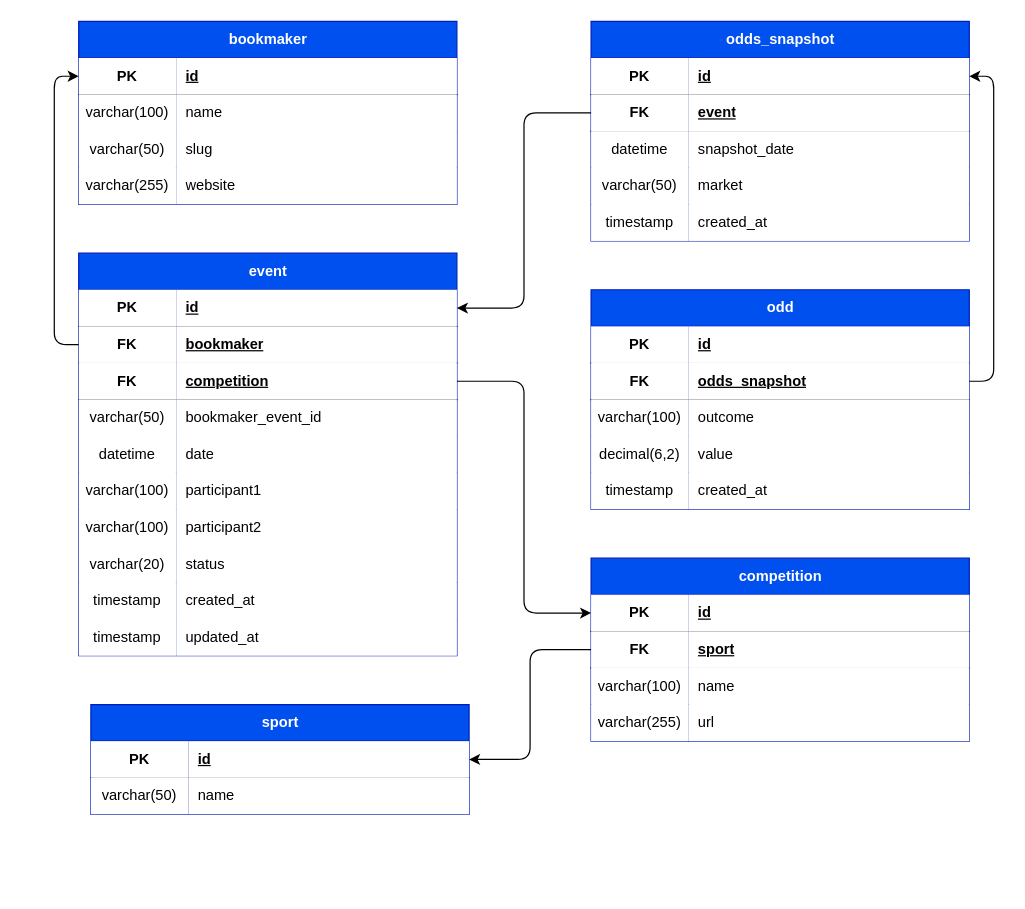
davidb99/scrapodd keeps this draw.io diagram as docs/MCD/src/scrapodd.drawio. Above is the earlier version. Source tidied: cells renumbered, new cells numbered last; positions are measured from the earlier drawing's top-left corner, leaving out a move shared by most shapes. Both pictures are drawn from the tidied source at 122%, with x=0, y=0 at pixel (78, 21).
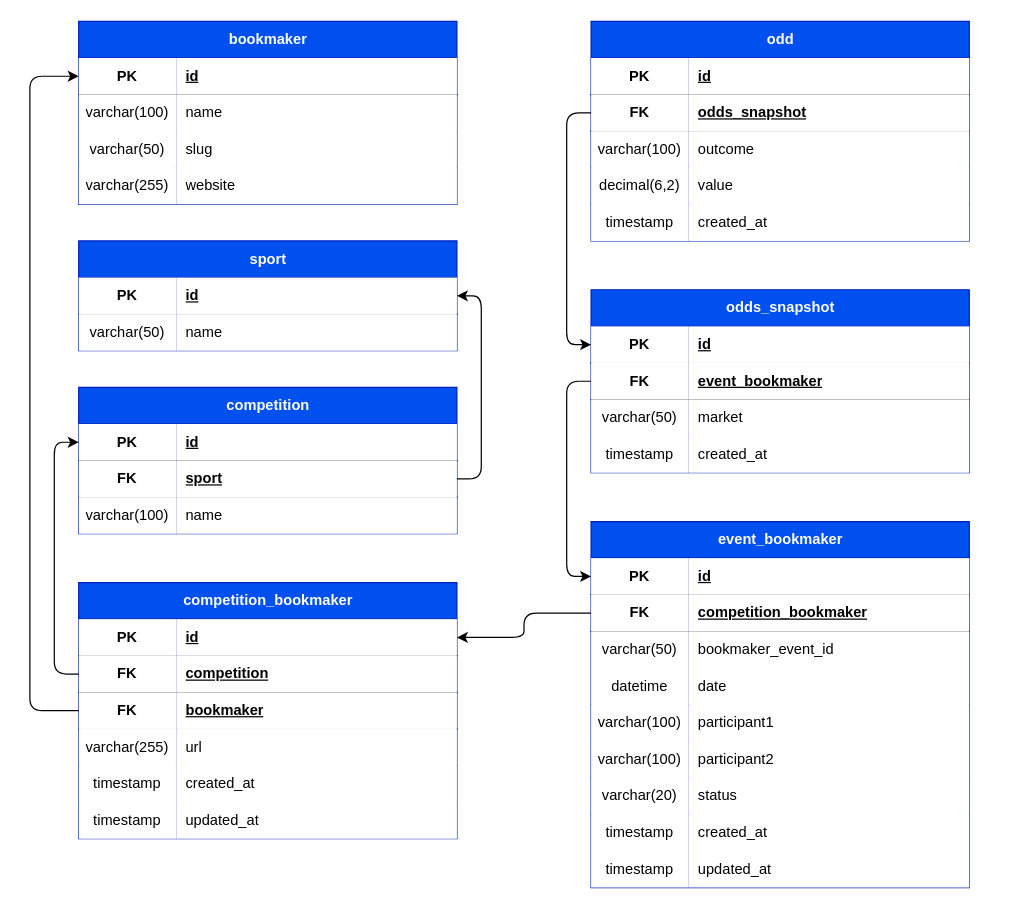
After the change.

The change refers to these unchanged cells:
```xml
<mxCell id="3" style="shape=tableRow;horizontal=0;startSize=0;swimlaneHead=0;swimlaneBody=0;fillColor=none;points=[[0,0.5],[1,0.5]];portConstraint=eastwest;top=0;left=0;right=0;bottom=1;rounded=0;" parent="2" vertex="1">
  <mxGeometry y="30" width="310" height="30" as="geometry" />
</mxCell>
<mxCell id="16" style="shape=tableRow;horizontal=0;startSize=0;swimlaneHead=0;swimlaneBody=0;fillColor=none;points=[[0,0.5],[1,0.5]];portConstraint=eastwest;top=0;left=0;right=0;bottom=1;rounded=0;" parent="15" vertex="1">
  <mxGeometry y="30" width="310" height="30" as="geometry" />
</mxCell>
<mxCell id="19" style="shape=tableRow;horizontal=0;startSize=0;swimlaneHead=0;swimlaneBody=0;fillColor=none;points=[[0,0.5],[1,0.5]];portConstraint=eastwest;top=0;left=0;right=0;bottom=1;rounded=0;" parent="15" vertex="1">
  <mxGeometry y="60" width="310" height="30" as="geometry" />
</mxCell>
<mxCell id="47" style="shape=tableRow;horizontal=0;startSize=0;swimlaneHead=0;swimlaneBody=0;fillColor=none;points=[[0,0.5],[1,0.5]];portConstraint=eastwest;top=0;left=0;right=0;bottom=1;rounded=0;" parent="46" vertex="1">
  <mxGeometry y="30" width="310" height="30" as="geometry" />
</mxCell>
<mxCell id="50" style="shape=tableRow;horizontal=0;startSize=0;swimlaneHead=0;swimlaneBody=0;fillColor=none;points=[[0,0.5],[1,0.5]];portConstraint=eastwest;top=0;left=0;right=0;bottom=1;rounded=0;" parent="46" vertex="1">
  <mxGeometry y="60" width="310" height="30" as="geometry" />
</mxCell>
<mxCell id="66" style="shape=tableRow;horizontal=0;startSize=0;swimlaneHead=0;swimlaneBody=0;fillColor=none;points=[[0,0.5],[1,0.5]];portConstraint=eastwest;top=0;left=0;right=0;bottom=1;rounded=0;" parent="62" vertex="1">
  <mxGeometry y="60" width="310" height="30" as="geometry" />
</mxCell>
<mxCell id="82" style="shape=tableRow;horizontal=0;startSize=0;swimlaneHead=0;swimlaneBody=0;fillColor=none;points=[[0,0.5],[1,0.5]];portConstraint=eastwest;top=0;left=0;right=0;bottom=1;rounded=0;" parent="81" vertex="1">
  <mxGeometry y="30" width="310" height="30" as="geometry" />
</mxCell>
<mxCell id="85" style="shape=tableRow;horizontal=0;startSize=0;swimlaneHead=0;swimlaneBody=0;fillColor=none;points=[[0,0.5],[1,0.5]];portConstraint=eastwest;top=0;left=0;right=0;bottom=1;rounded=0;" parent="81" vertex="1">
  <mxGeometry y="60" width="310" height="30" as="geometry" />
</mxCell>
<mxCell id="96" style="shape=tableRow;horizontal=0;startSize=0;swimlaneHead=0;swimlaneBody=0;fillColor=none;points=[[0,0.5],[1,0.5]];portConstraint=eastwest;top=0;left=0;right=0;bottom=1;rounded=0;" parent="95" vertex="1">
  <mxGeometry y="30" width="310" height="30" as="geometry" />
</mxCell>
```

What changed in the source:
```diff
@@
-    <mxCell id="15" value="event" style="shape=table;startSize=30;childLayout=tableLayout;rowLines=0;fontStyle=1;align=center;html=1;fillColor=#0050ef;fontColor=#ffffff;strokeColor=#001DBC;rounded=0;" parent="1" vertex="1">
-      <mxGeometry y="190" width="310" height="330" as="geometry" />
+    <mxCell id="15" value="event_bookmaker" style="shape=table;startSize=30;childLayout=tableLayout;rowLines=0;fontStyle=1;align=center;html=1;fillColor=#0050ef;fontColor=#ffffff;strokeColor=#001DBC;rounded=0;" parent="1" vertex="1">
+      <mxGeometry x="420" y="410" width="310" height="300" as="geometry" />
     </mxCell>
@@
-    <mxCell id="21" value="bookmaker" style="shape=partialRectangle;top=0;left=0;bottom=0;right=0;align=left;spacingLeft=6;fontStyle=5;overflow=hidden;whiteSpace=wrap;html=1;rounded=0;" parent="19" vertex="1">
+    <mxCell id="21" value="competition_bookmaker" style="shape=partialRectangle;top=0;left=0;bottom=0;right=0;align=left;spacingLeft=6;fontStyle=5;overflow=hidden;whiteSpace=wrap;html=1;rounded=0;" parent="19" vertex="1">
       <mxGeometry x="80" width="230" height="30" as="geometry" />
     </mxCell>
-    <mxCell id="22" style="shape=tableRow;horizontal=0;startSize=0;swimlaneHead=0;swimlaneBody=0;fillColor=none;points=[[0,0.5],[1,0.5]];portConstraint=eastwest;top=0;left=0;right=0;bottom=1;rounded=0;" parent="15" vertex="1">
-      <mxGeometry y="90" width="310" height="30" as="geometry" />
-    </mxCell>
-    <mxCell id="23" value="FK" style="shape=partialRectangle;top=0;left=0;bottom=0;right=0;fontStyle=1;overflow=hidden;whiteSpace=wrap;html=1;rounded=0;" parent="22" vertex="1">
-      <mxGeometry width="80" height="30" as="geometry" />
-    </mxCell>
-    <mxCell id="24" value="competition" style="shape=partialRectangle;top=0;left=0;bottom=0;right=0;align=left;spacingLeft=6;fontStyle=5;overflow=hidden;whiteSpace=wrap;html=1;rounded=0;" parent="22" vertex="1">
-      <mxGeometry x="80" width="230" height="30" as="geometry" />
-    </mxCell>
     <mxCell id="25" style="shape=tableRow;horizontal=0;startSize=0;swimlaneHead=0;swimlaneBody=0;fillColor=none;top=0;left=0;right=0;bottom=0;rounded=0;" parent="15" vertex="1">
-      <mxGeometry y="120" width="310" height="30" as="geometry" />
+      <mxGeometry y="90" width="310" height="30" as="geometry" />
     </mxCell>
@@
     <mxCell id="28" style="shape=tableRow;horizontal=0;startSize=0;swimlaneHead=0;swimlaneBody=0;fillColor=none;top=0;left=0;right=0;bottom=0;rounded=0;" parent="15" vertex="1">
-      <mxGeometry y="150" width="310" height="30" as="geometry" />
+      <mxGeometry y="120" width="310" height="30" as="geometry" />
     </mxCell>
@@
     <mxCell id="31" style="shape=tableRow;horizontal=0;startSize=0;swimlaneHead=0;swimlaneBody=0;fillColor=none;top=0;left=0;right=0;bottom=0;rounded=0;" parent="15" vertex="1">
-      <mxGeometry y="180" width="310" height="30" as="geometry" />
+      <mxGeometry y="150" width="310" height="30" as="geometry" />
     </mxCell>
@@
     <mxCell id="34" style="shape=tableRow;horizontal=0;startSize=0;swimlaneHead=0;swimlaneBody=0;fillColor=none;top=0;left=0;right=0;bottom=0;rounded=0;" parent="15" vertex="1">
-      <mxGeometry y="210" width="310" height="30" as="geometry" />
+      <mxGeometry y="180" width="310" height="30" as="geometry" />
     </mxCell>
@@
     <mxCell id="37" style="shape=tableRow;horizontal=0;startSize=0;swimlaneHead=0;swimlaneBody=0;fillColor=none;top=0;left=0;right=0;bottom=0;rounded=0;" parent="15" vertex="1">
-      <mxGeometry y="240" width="310" height="30" as="geometry" />
+      <mxGeometry y="210" width="310" height="30" as="geometry" />
     </mxCell>
@@
     <mxCell id="40" style="shape=tableRow;horizontal=0;startSize=0;swimlaneHead=0;swimlaneBody=0;fillColor=none;top=0;left=0;right=0;bottom=0;rounded=0;" parent="15" vertex="1">
-      <mxGeometry y="270" width="310" height="30" as="geometry" />
+      <mxGeometry y="240" width="310" height="30" as="geometry" />
     </mxCell>
@@
     <mxCell id="43" style="shape=tableRow;horizontal=0;startSize=0;swimlaneHead=0;swimlaneBody=0;fillColor=none;top=0;left=0;right=0;bottom=0;rounded=0;" parent="15" vertex="1">
-      <mxGeometry y="300" width="310" height="30" as="geometry" />
+      <mxGeometry y="270" width="310" height="30" as="geometry" />
     </mxCell>
@@
     <mxCell id="46" value="odds_snapshot" style="shape=table;startSize=30;childLayout=tableLayout;rowLines=0;fontStyle=1;align=center;html=1;fillColor=#0050ef;fontColor=#ffffff;strokeColor=#001DBC;rounded=0;" parent="1" vertex="1">
-      <mxGeometry x="420" width="310" height="180" as="geometry" />
+      <mxGeometry x="420" y="220" width="310" height="150" as="geometry" />
     </mxCell>
@@
-    <mxCell id="52" value="event" style="shape=partialRectangle;top=0;left=0;bottom=0;right=0;align=left;spacingLeft=6;fontStyle=5;overflow=hidden;whiteSpace=wrap;html=1;rounded=0;" parent="50" vertex="1">
+    <mxCell id="52" value="event_bookmaker" style="shape=partialRectangle;top=0;left=0;bottom=0;right=0;align=left;spacingLeft=6;fontStyle=5;overflow=hidden;whiteSpace=wrap;html=1;rounded=0;" parent="50" vertex="1">
       <mxGeometry x="80" width="230" height="30" as="geometry" />
     </mxCell>
-    <mxCell id="53" style="shape=tableRow;horizontal=0;startSize=0;swimlaneHead=0;swimlaneBody=0;fillColor=none;top=0;left=0;right=0;bottom=0;rounded=0;" parent="46" vertex="1">
-      <mxGeometry y="90" width="310" height="30" as="geometry" />
-    </mxCell>
-    <mxCell id="54" value="datetime" style="shape=partialRectangle;top=0;left=0;bottom=0;right=0;overflow=hidden;whiteSpace=wrap;html=1;rounded=0;" parent="53" vertex="1">
-      <mxGeometry width="80" height="30" as="geometry" />
-    </mxCell>
-    <mxCell id="55" value="snapshot_date" style="shape=partialRectangle;top=0;left=0;bottom=0;right=0;align=left;spacingLeft=6;overflow=hidden;whiteSpace=wrap;html=1;rounded=0;" parent="53" vertex="1">
-      <mxGeometry x="80" width="230" height="30" as="geometry" />
-    </mxCell>
     <mxCell id="56" style="shape=tableRow;horizontal=0;startSize=0;swimlaneHead=0;swimlaneBody=0;fillColor=none;top=0;left=0;right=0;bottom=0;rounded=0;" parent="46" vertex="1">
-      <mxGeometry y="120" width="310" height="30" as="geometry" />
+      <mxGeometry y="90" width="310" height="30" as="geometry" />
     </mxCell>
@@
     <mxCell id="59" style="shape=tableRow;horizontal=0;startSize=0;swimlaneHead=0;swimlaneBody=0;fillColor=none;top=0;left=0;right=0;bottom=0;rounded=0;" parent="46" vertex="1">
-      <mxGeometry y="150" width="310" height="30" as="geometry" />
+      <mxGeometry y="120" width="310" height="30" as="geometry" />
     </mxCell>
@@
     <mxCell id="62" value="odd" style="shape=table;startSize=30;childLayout=tableLayout;rowLines=0;fontStyle=1;align=center;html=1;fillColor=#0050ef;fontColor=#ffffff;strokeColor=#001DBC;rounded=0;" parent="1" vertex="1">
-      <mxGeometry x="420" y="220" width="310" height="180" as="geometry" />
+      <mxGeometry x="420" width="310" height="180" as="geometry" />
     </mxCell>
@@
-    <mxCell id="78" style="edgeStyle=orthogonalEdgeStyle;jettySize=auto;html=1;exitX=0;exitY=0.5;exitDx=0;exitDy=0;entryX=0;entryY=0.5;entryDx=0;entryDy=0;" parent="1" edge="1" source="19" target="3">
-      <mxGeometry relative="1" as="geometry" />
-    </mxCell>
-    <mxCell id="79" style="edgeStyle=orthogonalEdgeStyle;jettySize=auto;html=1;exitX=1;exitY=0.5;exitDx=0;exitDy=0;entryX=1;entryY=0.5;entryDx=0;entryDy=0;" parent="1" edge="1" source="66" target="47">
-      <mxGeometry relative="1" as="geometry" />
-    </mxCell>
-    <mxCell id="80" style="edgeStyle=orthogonalEdgeStyle;jettySize=auto;html=1;exitX=0;exitY=0.5;exitDx=0;exitDy=0;entryX=1;entryY=0.5;entryDx=0;entryDy=0;" parent="1" edge="1" source="50" target="16">
-      <mxGeometry relative="1" as="geometry" />
-    </mxCell>
     <mxCell id="81" value="competition" style="shape=table;startSize=30;childLayout=tableLayout;rowLines=0;fontStyle=1;align=center;html=1;fillColor=#0050ef;fontColor=#ffffff;strokeColor=#001DBC;rounded=0;" parent="1" vertex="1">
-      <mxGeometry x="420" y="440" width="310" height="150" as="geometry" />
+      <mxGeometry y="300" width="310" height="120" as="geometry" />
     </mxCell>
@@
+    <mxCell id="103" value="competition_bookmaker" style="shape=table;startSize=30;childLayout=tableLayout;rowLines=0;fontStyle=1;align=center;html=1;fillColor=#0050ef;fontColor=#ffffff;strokeColor=#001DBC;rounded=0;" parent="1" vertex="1">
+      <mxGeometry y="460" width="310" height="210" as="geometry" />
+    </mxCell>
+    <mxCell id="104" style="shape=tableRow;horizontal=0;startSize=0;swimlaneHead=0;swimlaneBody=0;fillColor=none;points=[[0,0.5],[1,0.5]];portConstraint=eastwest;top=0;left=0;right=0;bottom=1;rounded=0;" parent="103" vertex="1">
+      <mxGeometry y="30" width="310" height="30" as="geometry" />
+    </mxCell>
+    <mxCell id="105" value="PK" style="shape=partialRectangle;top=0;left=0;bottom=0;right=0;fontStyle=1;overflow=hidden;whiteSpace=wrap;html=1;rounded=0;" parent="104" vertex="1">
+      <mxGeometry width="80" height="30" as="geometry" />
+    </mxCell>
+    <mxCell id="106" value="id" style="shape=partialRectangle;top=0;left=0;bottom=0;right=0;align=left;spacingLeft=6;fontStyle=5;overflow=hidden;whiteSpace=wrap;html=1;rounded=0;" parent="104" vertex="1">
+      <mxGeometry x="80" width="230" height="30" as="geometry" />
+    </mxCell>
+    <mxCell id="107" style="shape=tableRow;horizontal=0;startSize=0;swimlaneHead=0;swimlaneBody=0;fillColor=none;points=[[0,0.5],[1,0.5]];portConstraint=eastwest;top=0;left=0;right=0;bottom=1;rounded=0;" parent="103" vertex="1">
+      <mxGeometry y="60" width="310" height="30" as="geometry" />
+    </mxCell>
+    <mxCell id="108" value="FK" style="shape=partialRectangle;top=0;left=0;bottom=0;right=0;fontStyle=1;overflow=hidden;whiteSpace=wrap;html=1;rounded=0;" parent="107" vertex="1">
+      <mxGeometry width="80" height="30" as="geometry" />
+    </mxCell>
+    <mxCell id="24" value="competition" style="shape=partialRectangle;top=0;left=0;bottom=0;right=0;align=left;spacingLeft=6;fontStyle=5;overflow=hidden;whiteSpace=wrap;html=1;rounded=0;" parent="107" vertex="1">
+      <mxGeometry x="80" width="230" height="30" as="geometry" />
+    </mxCell>
+    <mxCell id="22" style="shape=tableRow;horizontal=0;startSize=0;swimlaneHead=0;swimlaneBody=0;fillColor=none;points=[[0,0.5],[1,0.5]];portConstraint=eastwest;top=0;left=0;right=0;bottom=1;rounded=0;" parent="103" vertex="1">
+      <mxGeometry y="90" width="310" height="30" as="geometry" />
+    </mxCell>
+    <mxCell id="109" value="FK" style="shape=partialRectangle;top=0;left=0;bottom=0;right=0;fontStyle=1;overflow=hidden;whiteSpace=wrap;html=1;rounded=0;" parent="22" vertex="1">
+      <mxGeometry width="80" height="30" as="geometry" />
+    </mxCell>
+    <mxCell id="110" value="bookmaker" style="shape=partialRectangle;top=0;left=0;bottom=0;right=0;align=left;spacingLeft=6;fontStyle=5;overflow=hidden;whiteSpace=wrap;html=1;rounded=0;" parent="22" vertex="1">
+      <mxGeometry x="80" width="230" height="30" as="geometry" />
+    </mxCell>
-    <mxCell id="91" style="shape=tableRow;horizontal=0;startSize=0;swimlaneHead=0;swimlaneBody=0;fillColor=none;top=0;left=0;right=0;bottom=0;rounded=0;" parent="81" vertex="1">
+    <mxCell id="91" style="shape=tableRow;horizontal=0;startSize=0;swimlaneHead=0;swimlaneBody=0;fillColor=none;top=0;left=0;right=0;bottom=0;rounded=0;" parent="103" vertex="1">
       <mxGeometry y="120" width="310" height="30" as="geometry" />
     </mxCell>
@@
-    <mxCell id="94" style="edgeStyle=orthogonalEdgeStyle;jettySize=auto;html=1;exitX=1;exitY=0.5;exitDx=0;exitDy=0;entryX=0;entryY=0.5;entryDx=0;entryDy=0;" parent="1" edge="1" source="22" target="82">
-      <mxGeometry relative="1" as="geometry" />
-    </mxCell>
+    <mxCell id="111" style="shape=tableRow;horizontal=0;startSize=0;swimlaneHead=0;swimlaneBody=0;fillColor=none;top=0;left=0;right=0;bottom=0;rounded=0;" parent="103" vertex="1">
+      <mxGeometry y="150" width="310" height="30" as="geometry" />
+    </mxCell>
+    <mxCell id="112" value="timestamp" style="shape=partialRectangle;top=0;left=0;bottom=0;right=0;overflow=hidden;whiteSpace=wrap;html=1;rounded=0;" parent="111" vertex="1">
+      <mxGeometry width="80" height="30" as="geometry" />
+    </mxCell>
+    <mxCell id="113" value="created_at" style="shape=partialRectangle;top=0;left=0;bottom=0;right=0;align=left;spacingLeft=6;overflow=hidden;whiteSpace=wrap;html=1;rounded=0;" parent="111" vertex="1">
+      <mxGeometry x="80" width="230" height="30" as="geometry" />
+    </mxCell>
+    <mxCell id="114" style="shape=tableRow;horizontal=0;startSize=0;swimlaneHead=0;swimlaneBody=0;fillColor=none;top=0;left=0;right=0;bottom=0;rounded=0;" parent="103" vertex="1">
+      <mxGeometry y="180" width="310" height="30" as="geometry" />
+    </mxCell>
+    <mxCell id="115" value="timestamp" style="shape=partialRectangle;top=0;left=0;bottom=0;right=0;overflow=hidden;whiteSpace=wrap;html=1;rounded=0;" parent="114" vertex="1">
+      <mxGeometry width="80" height="30" as="geometry" />
+    </mxCell>
+    <mxCell id="116" value="updated_at" style="shape=partialRectangle;top=0;left=0;bottom=0;right=0;align=left;spacingLeft=6;overflow=hidden;whiteSpace=wrap;html=1;rounded=0;" parent="114" vertex="1">
+      <mxGeometry x="80" width="230" height="30" as="geometry" />
+    </mxCell>
     <mxCell id="95" value="sport" style="shape=table;startSize=30;childLayout=tableLayout;rowLines=0;fontStyle=1;align=center;html=1;fillColor=#0050ef;fontColor=#ffffff;strokeColor=#001DBC;rounded=0;" parent="1" vertex="1">
-      <mxGeometry x="10" y="560" width="310" height="90" as="geometry" />
+      <mxGeometry y="180" width="310" height="90" as="geometry" />
     </mxCell>
@@
+    <mxCell id="117" style="edgeStyle=orthogonalEdgeStyle;jettySize=auto;html=1;exitX=0;exitY=0.5;exitDx=0;exitDy=0;entryX=0;entryY=0.5;entryDx=0;entryDy=0;" parent="1" edge="1" source="22" target="3">
+      <mxGeometry relative="1" as="geometry">
+        <Array as="points">
+          <mxPoint x="-40" y="565" />
+          <mxPoint x="-40" y="45" />
+        </Array>
+      </mxGeometry>
+    </mxCell>
+    <mxCell id="118" style="edgeStyle=orthogonalEdgeStyle;jettySize=auto;html=1;exitX=0;exitY=0.5;exitDx=0;exitDy=0;entryX=0;entryY=0.5;entryDx=0;entryDy=0;" parent="1" edge="1" source="107" target="82">
+      <mxGeometry relative="1" as="geometry" />
+    </mxCell>
-    <mxCell id="102" style="edgeStyle=orthogonalEdgeStyle;jettySize=auto;html=1;exitX=0;exitY=0.5;exitDx=0;exitDy=0;entryX=1;entryY=0.5;entryDx=0;entryDy=0;" parent="1" edge="1" source="85" target="96">
+    <mxCell id="102" style="edgeStyle=orthogonalEdgeStyle;jettySize=auto;html=1;exitX=1;exitY=0.5;exitDx=0;exitDy=0;entryX=1;entryY=0.5;entryDx=0;entryDy=0;" parent="1" edge="1" source="85" target="96">
       <mxGeometry relative="1" as="geometry" />
     </mxCell>
+    <mxCell id="119" style="edgeStyle=orthogonalEdgeStyle;jettySize=auto;html=1;exitX=0;exitY=0.5;exitDx=0;exitDy=0;entryX=1;entryY=0.5;entryDx=0;entryDy=0;" parent="1" edge="1" source="19" target="104">
+      <mxGeometry relative="1" as="geometry" />
+    </mxCell>
+    <mxCell id="80" style="edgeStyle=orthogonalEdgeStyle;jettySize=auto;html=1;exitX=0;exitY=0.5;exitDx=0;exitDy=0;entryX=0;entryY=0.5;entryDx=0;entryDy=0;" parent="1" edge="1" source="50" target="16">
+      <mxGeometry relative="1" as="geometry" />
+    </mxCell>
+    <mxCell id="79" style="edgeStyle=orthogonalEdgeStyle;jettySize=auto;html=1;exitX=0;exitY=0.5;exitDx=0;exitDy=0;entryX=0;entryY=0.5;entryDx=0;entryDy=0;" parent="1" edge="1" source="66" target="47">
+      <mxGeometry relative="1" as="geometry" />
+    </mxCell>
```
